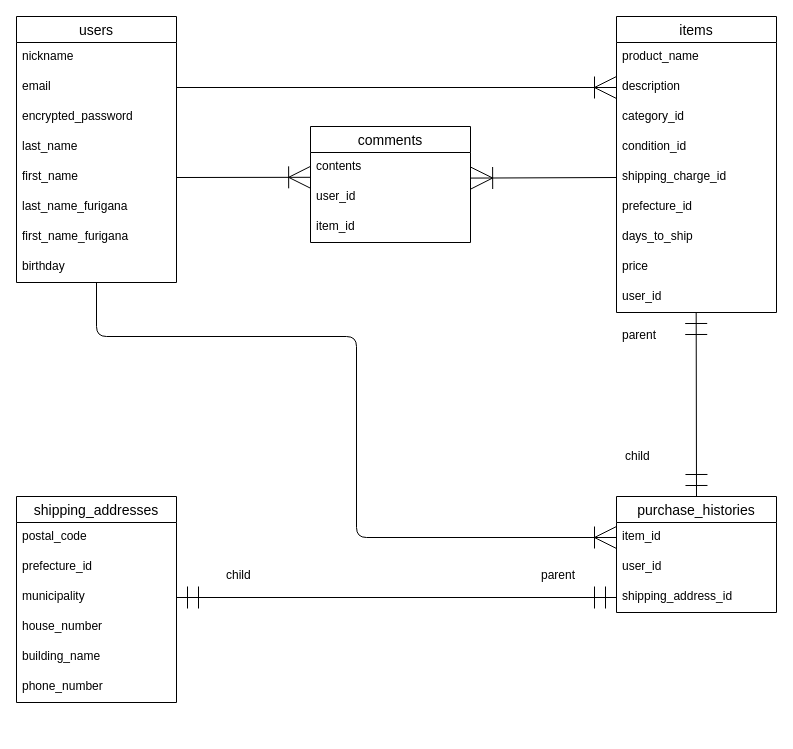
Earlier version of the draw.io diagram furima-36182.dio (numatsumu/furima-36182). Source tidied: cells renumbered, new cells numbered last; positions are measured from the earlier drawing's top-left corner, leaving out a move shared by most shapes. Both pictures are drawn from the tidied source at 100%, with x=0, y=0 at pixel (16, 16).
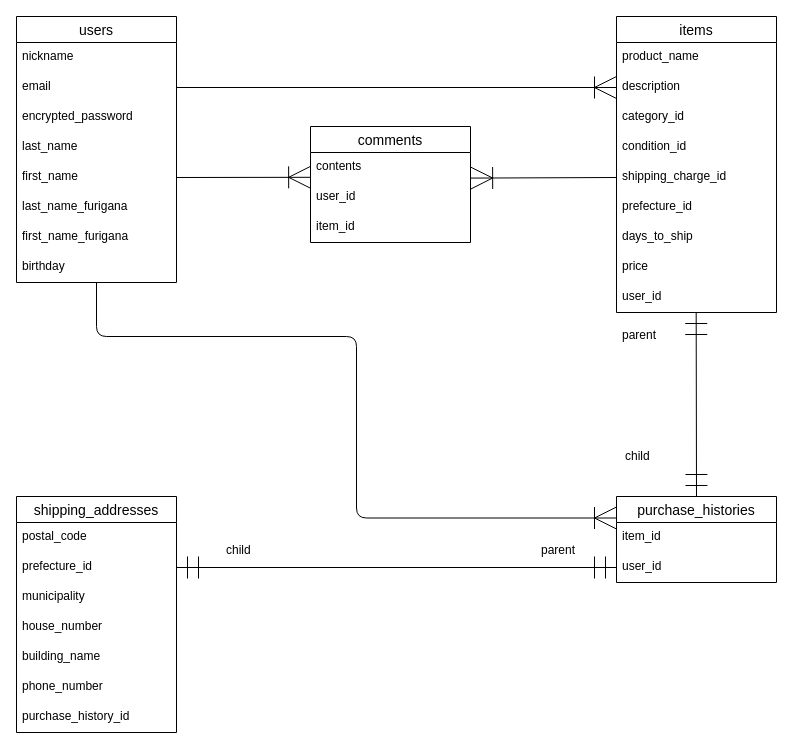
The same page after the edit.

Commit message (it also covers changes not shown here):
ER図とREADMEの修正rev1

Unchanged cells that the change refers to:
```xml
<mxCell id="10" value="birthday" style="text;strokeColor=none;fillColor=none;spacingLeft=4;spacingRight=4;overflow=hidden;points=[[0,0.5],[1,0.5]];portConstraint=eastwest;fontSize=12;" parent="2" vertex="1">
  <mxGeometry y="236" width="160" height="30" as="geometry" />
</mxCell>
<mxCell id="27" value="prefecture_id" style="text;strokeColor=none;fillColor=none;spacingLeft=4;spacingRight=4;overflow=hidden;points=[[0,0.5],[1,0.5]];portConstraint=eastwest;fontSize=12;" parent="25" vertex="1">
  <mxGeometry y="56" width="160" height="30" as="geometry" />
</mxCell>
<mxCell id="28" value="municipality" style="text;strokeColor=none;fillColor=none;spacingLeft=4;spacingRight=4;overflow=hidden;points=[[0,0.5],[1,0.5]];portConstraint=eastwest;fontSize=12;" parent="25" vertex="1">
  <mxGeometry y="86" width="160" height="30" as="geometry" />
</mxCell>
<mxCell id="38" value="item_id" style="text;strokeColor=none;fillColor=none;spacingLeft=4;spacingRight=4;overflow=hidden;points=[[0,0.5],[1,0.5]];portConstraint=eastwest;fontSize=12;" parent="37" vertex="1">
  <mxGeometry y="26" width="160" height="30" as="geometry" />
</mxCell>
<mxCell id="39" value="user_id" style="text;strokeColor=none;fillColor=none;spacingLeft=4;spacingRight=4;overflow=hidden;points=[[0,0.5],[1,0.5]];portConstraint=eastwest;fontSize=12;" parent="37" vertex="1">
  <mxGeometry y="56" width="160" height="30" as="geometry" />
</mxCell>
```

The edit, as a diff of the source:
```diff
@@
     <mxCell id="25" value="shipping_addresses" style="swimlane;fontStyle=0;horizontal=1;startSize=26;align=center;fontSize=14;" parent="1" vertex="1">
-      <mxGeometry y="480" width="160" height="206" as="geometry" />
+      <mxGeometry y="480" width="160" height="236" as="geometry" />
     </mxCell>
@@
+    <mxCell id="46" value="purchase_history_id" style="text;strokeColor=none;fillColor=none;spacingLeft=4;spacingRight=4;overflow=hidden;fontSize=12;" parent="25" vertex="1">
+      <mxGeometry y="206" width="160" height="30" as="geometry" />
+    </mxCell>
@@
-    <mxCell id="36" style="fontSize=12;html=1;endArrow=ERoneToMany;endSize=20;startSize=20;edgeStyle=orthogonalEdgeStyle;entryX=0;entryY=0.5;entryDx=0;entryDy=0;" parent="1" edge="1" source="10" target="38">
+    <mxCell id="36" style="fontSize=12;html=1;endArrow=ERoneToMany;endSize=20;startSize=20;edgeStyle=orthogonalEdgeStyle;entryX=0;entryY=0.25;entryDx=0;entryDy=0;" parent="1" edge="1" source="10" target="37">
       <mxGeometry relative="1" as="geometry">
         <Array as="points">
           <mxPoint x="80" y="320" />
           <mxPoint x="340" y="320" />
-          <mxPoint x="340" y="521" />
+          <mxPoint x="340" y="502" />
         </Array>
       </mxGeometry>
     </mxCell>
     <mxCell id="37" value="purchase_histories" style="swimlane;fontStyle=0;horizontal=1;startSize=26;align=center;fontSize=14;" parent="1" vertex="1">
-      <mxGeometry x="600" y="480" width="160" height="116" as="geometry" />
+      <mxGeometry x="600" y="480" width="160" height="86" as="geometry" />
     </mxCell>
@@
-    <mxCell id="40" value="shipping_address_id" style="text;strokeColor=none;fillColor=none;spacingLeft=4;spacingRight=4;overflow=hidden;points=[[0,0.5],[1,0.5]];portConstraint=eastwest;fontSize=12;" parent="37" vertex="1">
-      <mxGeometry y="86" width="160" height="30" as="geometry" />
-    </mxCell>
-    <mxCell id="41" style="fontSize=12;html=1;endArrow=ERmandOne;startArrow=ERmandOne;entryX=0;entryY=0.5;entryDx=0;entryDy=0;exitX=1;exitY=0.5;exitDx=0;exitDy=0;endSize=20;startSize=20;" parent="1" edge="1" source="28" target="40">
+    <mxCell id="41" style="fontSize=12;html=1;endArrow=ERmandOne;startArrow=ERmandOne;entryX=0;entryY=0.5;entryDx=0;entryDy=0;endSize=20;startSize=20;" parent="1" edge="1" source="27" target="39">
       <mxGeometry relative="1" as="geometry" />
     </mxCell>
     <mxCell id="42" value="parent" style="text;strokeColor=none;fillColor=none;spacingLeft=4;spacingRight=4;overflow=hidden;fontSize=12;" parent="1" vertex="1">
-      <mxGeometry x="519" y="545" width="50" height="30" as="geometry" />
+      <mxGeometry x="519" y="520" width="50" height="30" as="geometry" />
     </mxCell>
     <mxCell id="43" value="child" style="text;strokeColor=none;fillColor=none;spacingLeft=4;spacingRight=4;overflow=hidden;fontSize=12;" parent="1" vertex="1">
-      <mxGeometry x="204" y="545" width="40" height="30" as="geometry" />
+      <mxGeometry x="204" y="520" width="40" height="30" as="geometry" />
     </mxCell>
```
